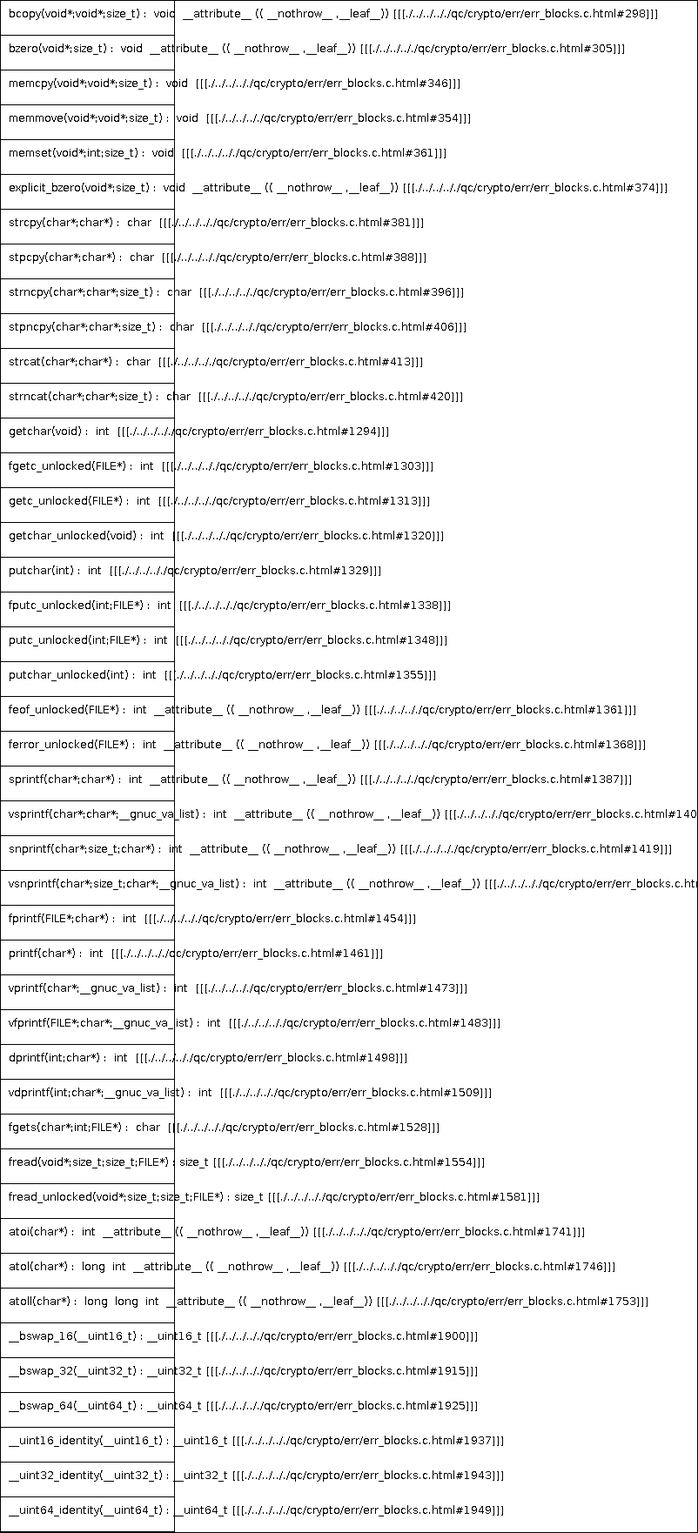
Earlier version of the PlantUML export docs/qc/crypto/err/err_blocks.c.png (qualitesys/openssl). Its source is kept beside it as docs/qc/crypto/err/err_blocks.c.puml. The source it was exported from:
```plantuml
@startuml
!pragma layout smetana
class dummy {
bcopy(void*;void*;size_t) :  void  __attribute__ (( __nothrow__ ,__leaf__)) [[[./../../.././qc/crypto/err/err_blocks.c.html#298]]]
bzero(void*;size_t) :  void  __attribute__ (( __nothrow__ ,__leaf__)) [[[./../../.././qc/crypto/err/err_blocks.c.html#305]]]
memcpy(void*;void*;size_t) :  void  [[[./../../.././qc/crypto/err/err_blocks.c.html#346]]]
memmove(void*;void*;size_t) :  void  [[[./../../.././qc/crypto/err/err_blocks.c.html#354]]]
memset(void*;int;size_t) :  void  [[[./../../.././qc/crypto/err/err_blocks.c.html#361]]]
explicit_bzero(void*;size_t) :  void  __attribute__ (( __nothrow__ ,__leaf__)) [[[./../../.././qc/crypto/err/err_blocks.c.html#374]]]
strcpy(char*;char*) :  char  [[[./../../.././qc/crypto/err/err_blocks.c.html#381]]]
stpcpy(char*;char*) :  char  [[[./../../.././qc/crypto/err/err_blocks.c.html#388]]]
strncpy(char*;char*;size_t) :  char  [[[./../../.././qc/crypto/err/err_blocks.c.html#396]]]
stpncpy(char*;char*;size_t) :  char  [[[./../../.././qc/crypto/err/err_blocks.c.html#406]]]
strcat(char*;char*) :  char  [[[./../../.././qc/crypto/err/err_blocks.c.html#413]]]
strncat(char*;char*;size_t) :  char  [[[./../../.././qc/crypto/err/err_blocks.c.html#420]]]
getchar(void) :  int  [[[./../../.././qc/crypto/err/err_blocks.c.html#1294]]]
fgetc_unlocked(FILE*) :  int  [[[./../../.././qc/crypto/err/err_blocks.c.html#1303]]]
getc_unlocked(FILE*) :  int  [[[./../../.././qc/crypto/err/err_blocks.c.html#1313]]]
getchar_unlocked(void) :  int  [[[./../../.././qc/crypto/err/err_blocks.c.html#1320]]]
putchar(int) :  int  [[[./../../.././qc/crypto/err/err_blocks.c.html#1329]]]
fputc_unlocked(int;FILE*) :  int  [[[./../../.././qc/crypto/err/err_blocks.c.html#1338]]]
putc_unlocked(int;FILE*) :  int  [[[./../../.././qc/crypto/err/err_blocks.c.html#1348]]]
putchar_unlocked(int) :  int  [[[./../../.././qc/crypto/err/err_blocks.c.html#1355]]]
feof_unlocked(FILE*) :  int  __attribute__ (( __nothrow__ ,__leaf__)) [[[./../../.././qc/crypto/err/err_blocks.c.html#1361]]]
ferror_unlocked(FILE*) :  int  __attribute__ (( __nothrow__ ,__leaf__)) [[[./../../.././qc/crypto/err/err_blocks.c.html#1368]]]
sprintf(char*;char*) :  int  __attribute__ (( __nothrow__ ,__leaf__)) [[[./../../.././qc/crypto/err/err_blocks.c.html#1387]]]
vsprintf(char*;char*;__gnuc_va_list) :  int  __attribute__ (( __nothrow__ ,__leaf__)) [[[./../../.././qc/crypto/err/err_blocks.c.html#1400]]]
snprintf(char*;size_t;char*) :  int  __attribute__ (( __nothrow__ ,__leaf__)) [[[./../../.././qc/crypto/err/err_blocks.c.html#1419]]]
vsnprintf(char*;size_t;char*;__gnuc_va_list) :  int  __attribute__ (( __nothrow__ ,__leaf__)) [[[./../../.././qc/crypto/err/err_blocks.c.html#1433]]]
fprintf(FILE*;char*) :  int  [[[./../../.././qc/crypto/err/err_blocks.c.html#1454]]]
printf(char*) :  int  [[[./../../.././qc/crypto/err/err_blocks.c.html#1461]]]
vprintf(char*;__gnuc_va_list) :  int  [[[./../../.././qc/crypto/err/err_blocks.c.html#1473]]]
vfprintf(FILE*;char*;__gnuc_va_list) :  int  [[[./../../.././qc/crypto/err/err_blocks.c.html#1483]]]
dprintf(int;char*) :  int  [[[./../../.././qc/crypto/err/err_blocks.c.html#1498]]]
vdprintf(int;char*;__gnuc_va_list) :  int  [[[./../../.././qc/crypto/err/err_blocks.c.html#1509]]]
fgets(char*;int;FILE*) :  char  [[[./../../.././qc/crypto/err/err_blocks.c.html#1528]]]
fread(void*;size_t;size_t;FILE*) : size_t [[[./../../.././qc/crypto/err/err_blocks.c.html#1554]]]
fread_unlocked(void*;size_t;size_t;FILE*) : size_t [[[./../../.././qc/crypto/err/err_blocks.c.html#1581]]]
atoi(char*) :  int  __attribute__ (( __nothrow__ ,__leaf__)) [[[./../../.././qc/crypto/err/err_blocks.c.html#1741]]]
atol(char*) :  long  int  __attribute__ (( __nothrow__ ,__leaf__)) [[[./../../.././qc/crypto/err/err_blocks.c.html#1746]]]
atoll(char*) :  long  long  int  __attribute__ (( __nothrow__ ,__leaf__)) [[[./../../.././qc/crypto/err/err_blocks.c.html#1753]]]
__bswap_16(__uint16_t) : __uint16_t [[[./../../.././qc/crypto/err/err_blocks.c.html#1900]]]
__bswap_32(__uint32_t) : __uint32_t [[[./../../.././qc/crypto/err/err_blocks.c.html#1915]]]
__bswap_64(__uint64_t) : __uint64_t [[[./../../.././qc/crypto/err/err_blocks.c.html#1925]]]
__uint16_identity(__uint16_t) : __uint16_t [[[./../../.././qc/crypto/err/err_blocks.c.html#1937]]]
__uint32_identity(__uint32_t) : __uint32_t [[[./../../.././qc/crypto/err/err_blocks.c.html#1943]]]
__uint64_identity(__uint64_t) : __uint64_t [[[./../../.././qc/crypto/err/err_blocks.c.html#1949]]]
}
@enduml
```
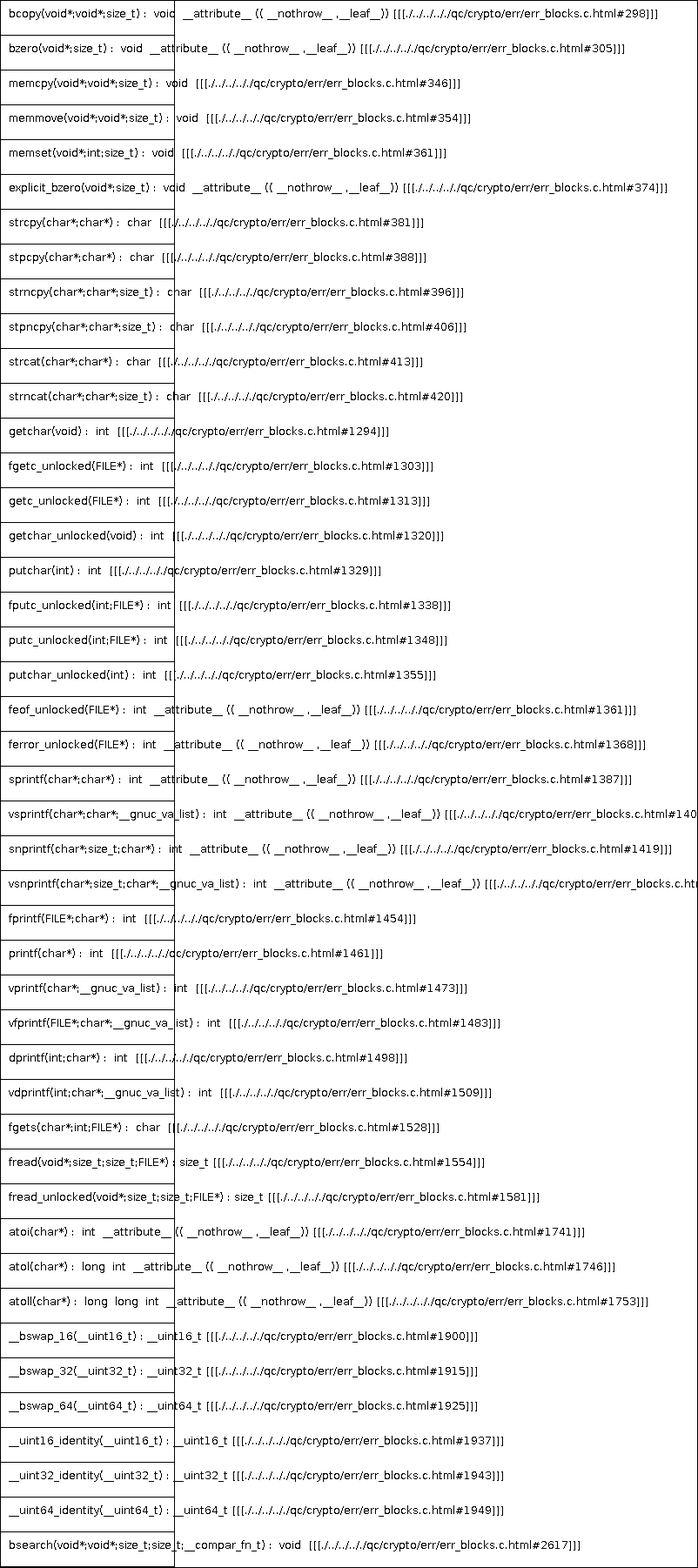
After the change.

The edit, as a diff of the source:
```diff
@@ -45,5 +45,6 @@
 __uint16_identity(__uint16_t) : __uint16_t [[[./../../.././qc/crypto/err/err_blocks.c.html#1937]]]
 __uint32_identity(__uint32_t) : __uint32_t [[[./../../.././qc/crypto/err/err_blocks.c.html#1943]]]
 __uint64_identity(__uint64_t) : __uint64_t [[[./../../.././qc/crypto/err/err_blocks.c.html#1949]]]
+bsearch(void*;void*;size_t;size_t;__compar_fn_t) :  void  [[[./../../.././qc/crypto/err/err_blocks.c.html#2617]]]
 }
 @enduml
```
